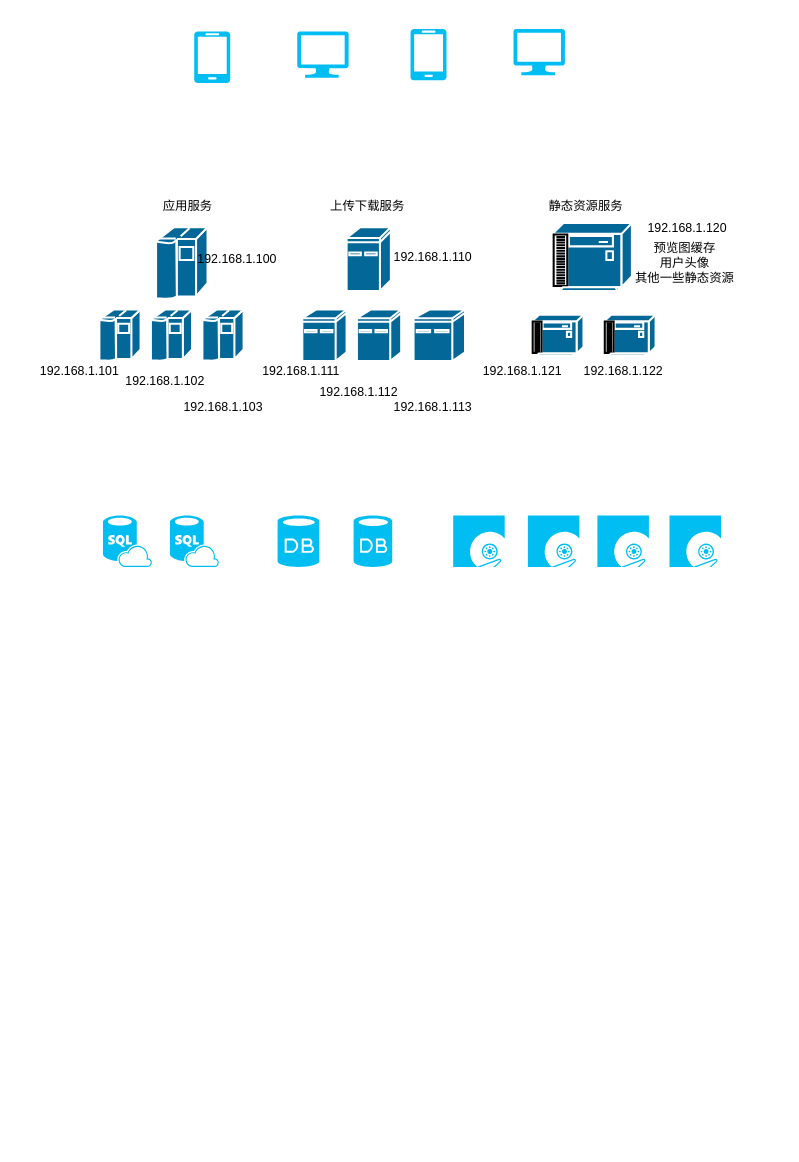
wydhit/book keeps this draw.io diagram as 未命名表单.drawio. Above is the earlier version. Source tidied: cells renumbered, new cells numbered last; positions are measured from the earlier drawing's top-left corner, leaving out a move shared by most shapes. Both pictures are drawn from the tidied source at 103%, with x=0, y=0 at pixel (47, 29).
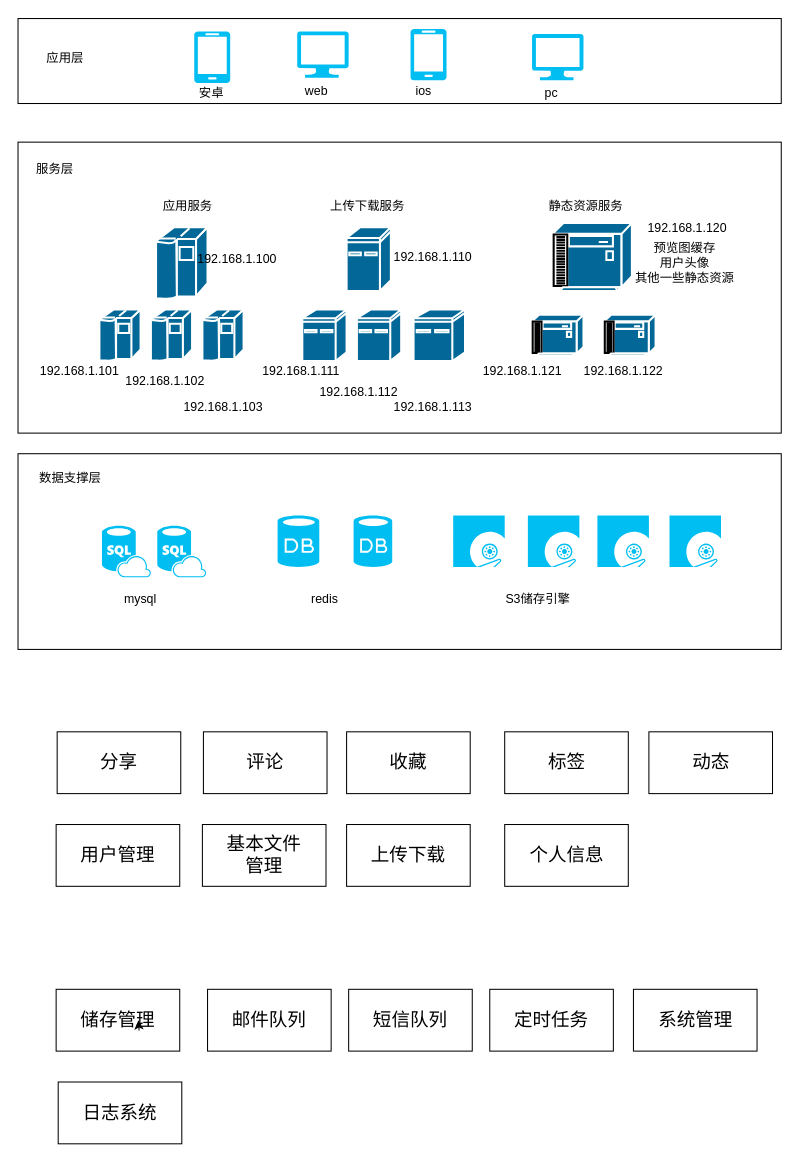
Above is the later version.

Commit message:
更新未命名表单.drawio

What changed in the source:
```diff
@@
+    <mxCell id="40" style="rounded=0;whiteSpace=wrap;html=1;" parent="1" vertex="1">
+      <mxGeometry x="-29" y="412" width="741" height="190" as="geometry" />
+    </mxCell>
+    <mxCell id="41" style="rounded=0;whiteSpace=wrap;html=1;" parent="1" vertex="1">
+      <mxGeometry x="-29" y="109.5" width="741" height="282.5" as="geometry" />
+    </mxCell>
+    <mxCell id="42" style="rounded=0;whiteSpace=wrap;html=1;" parent="1" vertex="1">
+      <mxGeometry x="-29" y="-10.5" width="741" height="82.5" as="geometry" />
+    </mxCell>
@@
     <mxCell id="5" style="verticalLabelPosition=bottom;html=1;verticalAlign=top;align=center;strokeColor=none;fillColor=#00BEF2;shape=mxgraph.azure.computer;" parent="1" vertex="1">
-      <mxGeometry x="452" y="-0.5" width="50" height="45" as="geometry" />
+      <mxGeometry x="470" y="4.5" width="50" height="45" as="geometry" />
     </mxCell>
@@
     <mxCell id="17" style="verticalLabelPosition=bottom;html=1;verticalAlign=top;align=center;strokeColor=none;fillColor=#00BEF2;shape=mxgraph.azure.sql_database_sql_azure;" parent="1" vertex="1">
-      <mxGeometry x="53.5" y="472" width="47.5" height="50" as="geometry" />
+      <mxGeometry x="52.5" y="482" width="47.5" height="50" as="geometry" />
     </mxCell>
@@
     <mxCell id="19" style="verticalLabelPosition=bottom;html=1;verticalAlign=top;align=center;strokeColor=none;fillColor=#00BEF2;shape=mxgraph.azure.sql_database_sql_azure;" parent="1" vertex="1">
-      <mxGeometry x="118.5" y="472" width="47.5" height="50" as="geometry" />
+      <mxGeometry x="106.2" y="482" width="47.5" height="50" as="geometry" />
     </mxCell>
@@
+    <mxCell id="43" value="应用层" style="text;html=1;strokeColor=none;fillColor=none;align=center;verticalAlign=middle;whiteSpace=wrap;rounded=0;" parent="1" vertex="1">
+      <mxGeometry x="-8" y="14.5" width="50" height="27.5" as="geometry" />
+    </mxCell>
+    <mxCell id="44" value="服务层" style="text;html=1;strokeColor=none;fillColor=none;align=center;verticalAlign=middle;whiteSpace=wrap;rounded=0;" parent="1" vertex="1">
+      <mxGeometry x="-18" y="122" width="50" height="27.5" as="geometry" />
+    </mxCell>
+    <mxCell id="45" value="数据支撑层" style="text;html=1;strokeColor=none;fillColor=none;align=center;verticalAlign=middle;whiteSpace=wrap;rounded=0;" parent="1" vertex="1">
+      <mxGeometry x="-18" y="422" width="80" height="27.5" as="geometry" />
+    </mxCell>
+    <mxCell id="46" value="mysql" style="text;html=1;strokeColor=none;fillColor=none;align=center;verticalAlign=middle;whiteSpace=wrap;rounded=0;" parent="1" vertex="1">
+      <mxGeometry x="50" y="539.5" width="80" height="27.5" as="geometry" />
+    </mxCell>
+    <mxCell id="47" value="redis" style="text;html=1;strokeColor=none;fillColor=none;align=center;verticalAlign=middle;whiteSpace=wrap;rounded=0;" parent="1" vertex="1">
+      <mxGeometry x="228.5" y="539.5" width="80" height="27.5" as="geometry" />
+    </mxCell>
+    <mxCell id="48" value="S3储存引擎" style="text;html=1;strokeColor=none;fillColor=none;align=center;verticalAlign=middle;whiteSpace=wrap;rounded=0;" parent="1" vertex="1">
+      <mxGeometry x="436" y="539.5" width="80" height="27.5" as="geometry" />
+    </mxCell>
+    <mxCell id="49" value="安卓" style="text;html=1;strokeColor=none;fillColor=none;align=center;verticalAlign=middle;whiteSpace=wrap;rounded=0;" parent="1" vertex="1">
+      <mxGeometry x="128" y="52" width="62" height="20" as="geometry" />
+    </mxCell>
+    <mxCell id="50" value="ios" style="text;html=1;strokeColor=none;fillColor=none;align=center;verticalAlign=middle;whiteSpace=wrap;rounded=0;" parent="1" vertex="1">
+      <mxGeometry x="334.2" y="49.5" width="62" height="20" as="geometry" />
+    </mxCell>
+    <mxCell id="51" value="web" style="text;html=1;strokeColor=none;fillColor=none;align=center;verticalAlign=middle;whiteSpace=wrap;rounded=0;" parent="1" vertex="1">
+      <mxGeometry x="230" y="49.5" width="62" height="20" as="geometry" />
+    </mxCell>
+    <mxCell id="52" value="pc" style="text;html=1;strokeColor=none;fillColor=none;align=center;verticalAlign=middle;whiteSpace=wrap;rounded=0;" parent="1" vertex="1">
+      <mxGeometry x="458" y="52" width="62" height="20" as="geometry" />
+    </mxCell>
+    <mxCell id="53" style="rounded=0;whiteSpace=wrap;html=1;" parent="1" vertex="1">
+      <mxGeometry x="8" y="772" width="120" height="60" as="geometry" />
+    </mxCell>
+    <mxCell id="54" value="&lt;font style=&quot;font-size: 18px&quot;&gt;用户管理&lt;/font&gt;" style="text;html=1;strokeColor=none;fillColor=none;align=center;verticalAlign=middle;whiteSpace=wrap;rounded=0;" parent="1" vertex="1">
+      <mxGeometry x="27" y="792" width="82" height="20" as="geometry" />
+    </mxCell>
+    <mxCell id="55" style="rounded=0;whiteSpace=wrap;html=1;" parent="1" vertex="1">
+      <mxGeometry x="568.5" y="932" width="120" height="60" as="geometry" />
+    </mxCell>
+    <mxCell id="56" value="&lt;font style=&quot;font-size: 18px&quot;&gt;系统管理&lt;/font&gt;" style="text;html=1;strokeColor=none;fillColor=none;align=center;verticalAlign=middle;whiteSpace=wrap;rounded=0;" parent="1" vertex="1">
+      <mxGeometry x="587.5" y="952" width="82" height="20" as="geometry" />
+    </mxCell>
+    <mxCell id="57" style="rounded=0;whiteSpace=wrap;html=1;" parent="1" vertex="1">
+      <mxGeometry x="8" y="932" width="120" height="60" as="geometry" />
+    </mxCell>
+    <mxCell id="58" value="&lt;font style=&quot;font-size: 18px&quot;&gt;储存管理&lt;/font&gt;" style="text;html=1;strokeColor=none;fillColor=none;align=center;verticalAlign=middle;whiteSpace=wrap;rounded=0;" parent="1" vertex="1">
+      <mxGeometry x="27" y="952" width="82" height="20" as="geometry" />
+    </mxCell>
+    <mxCell id="59" style="edgeStyle=orthogonalEdgeStyle;rounded=0;orthogonalLoop=1;jettySize=auto;html=1;exitX=0.75;exitY=1;exitDx=0;exitDy=0;entryX=0.743;entryY=0.497;entryDx=0;entryDy=0;entryPerimeter=0;" parent="1" edge="1" source="58" target="58">
+      <mxGeometry relative="1" as="geometry" />
+    </mxCell>
+    <mxCell id="60" style="rounded=0;whiteSpace=wrap;html=1;" parent="1" vertex="1">
+      <mxGeometry x="155" y="932" width="120" height="60" as="geometry" />
+    </mxCell>
+    <mxCell id="61" value="&lt;font style=&quot;font-size: 18px&quot;&gt;邮件队列&lt;/font&gt;" style="text;html=1;strokeColor=none;fillColor=none;align=center;verticalAlign=middle;whiteSpace=wrap;rounded=0;" parent="1" vertex="1">
+      <mxGeometry x="174" y="952" width="82" height="20" as="geometry" />
+    </mxCell>
+    <mxCell id="62" style="rounded=0;whiteSpace=wrap;html=1;" parent="1" vertex="1">
+      <mxGeometry x="292" y="932" width="120" height="60" as="geometry" />
+    </mxCell>
+    <mxCell id="63" value="&lt;span style=&quot;font-size: 18px&quot;&gt;短信队列&lt;/span&gt;" style="text;html=1;strokeColor=none;fillColor=none;align=center;verticalAlign=middle;whiteSpace=wrap;rounded=0;" parent="1" vertex="1">
+      <mxGeometry x="311" y="952" width="82" height="20" as="geometry" />
+    </mxCell>
+    <mxCell id="64" style="rounded=0;whiteSpace=wrap;html=1;" parent="1" vertex="1">
+      <mxGeometry x="429" y="932" width="120" height="60" as="geometry" />
+    </mxCell>
+    <mxCell id="65" value="&lt;span style=&quot;font-size: 18px&quot;&gt;定时任务&lt;/span&gt;" style="text;html=1;strokeColor=none;fillColor=none;align=center;verticalAlign=middle;whiteSpace=wrap;rounded=0;" parent="1" vertex="1">
+      <mxGeometry x="448" y="952" width="82" height="20" as="geometry" />
+    </mxCell>
+    <mxCell id="66" style="rounded=0;whiteSpace=wrap;html=1;" parent="1" vertex="1">
+      <mxGeometry x="150" y="772" width="120" height="60" as="geometry" />
+    </mxCell>
+    <mxCell id="67" value="&lt;font style=&quot;font-size: 18px&quot;&gt;基本文件管理&lt;/font&gt;" style="text;html=1;strokeColor=none;fillColor=none;align=center;verticalAlign=middle;whiteSpace=wrap;rounded=0;" parent="1" vertex="1">
+      <mxGeometry x="169" y="792" width="82" height="20" as="geometry" />
+    </mxCell>
+    <mxCell id="68" style="rounded=0;whiteSpace=wrap;html=1;" parent="1" vertex="1">
+      <mxGeometry x="290" y="772" width="120" height="60" as="geometry" />
+    </mxCell>
+    <mxCell id="69" value="&lt;font style=&quot;font-size: 18px&quot;&gt;上传下载&lt;/font&gt;" style="text;html=1;strokeColor=none;fillColor=none;align=center;verticalAlign=middle;whiteSpace=wrap;rounded=0;" parent="1" vertex="1">
+      <mxGeometry x="309" y="792" width="82" height="20" as="geometry" />
+    </mxCell>
+    <mxCell id="70" style="rounded=0;whiteSpace=wrap;html=1;" parent="1" vertex="1">
+      <mxGeometry x="9" y="682" width="120" height="60" as="geometry" />
+    </mxCell>
+    <mxCell id="71" value="&lt;font style=&quot;font-size: 18px&quot;&gt;分享&lt;/font&gt;" style="text;html=1;strokeColor=none;fillColor=none;align=center;verticalAlign=middle;whiteSpace=wrap;rounded=0;" parent="1" vertex="1">
+      <mxGeometry x="28" y="702" width="82" height="20" as="geometry" />
+    </mxCell>
+    <mxCell id="72" style="rounded=0;whiteSpace=wrap;html=1;" parent="1" vertex="1">
+      <mxGeometry x="443.5" y="772" width="120" height="60" as="geometry" />
+    </mxCell>
+    <mxCell id="73" value="&lt;font style=&quot;font-size: 18px&quot;&gt;个人信息&lt;/font&gt;" style="text;html=1;strokeColor=none;fillColor=none;align=center;verticalAlign=middle;whiteSpace=wrap;rounded=0;" parent="1" vertex="1">
+      <mxGeometry x="462.5" y="792" width="82" height="20" as="geometry" />
+    </mxCell>
+    <mxCell id="74" style="rounded=0;whiteSpace=wrap;html=1;" parent="1" vertex="1">
+      <mxGeometry x="151" y="682" width="120" height="60" as="geometry" />
+    </mxCell>
+    <mxCell id="75" value="&lt;font style=&quot;font-size: 18px&quot;&gt;评论&lt;/font&gt;" style="text;html=1;strokeColor=none;fillColor=none;align=center;verticalAlign=middle;whiteSpace=wrap;rounded=0;" parent="1" vertex="1">
+      <mxGeometry x="170" y="702" width="82" height="20" as="geometry" />
+    </mxCell>
+    <mxCell id="76" style="rounded=0;whiteSpace=wrap;html=1;" parent="1" vertex="1">
+      <mxGeometry x="290" y="682" width="120" height="60" as="geometry" />
+    </mxCell>
+    <mxCell id="77" value="&lt;font style=&quot;font-size: 18px&quot;&gt;收藏&lt;/font&gt;" style="text;html=1;strokeColor=none;fillColor=none;align=center;verticalAlign=middle;whiteSpace=wrap;rounded=0;" parent="1" vertex="1">
+      <mxGeometry x="309" y="702" width="82" height="20" as="geometry" />
+    </mxCell>
+    <mxCell id="78" style="rounded=0;whiteSpace=wrap;html=1;" parent="1" vertex="1">
+      <mxGeometry x="443.5" y="682" width="120" height="60" as="geometry" />
+    </mxCell>
+    <mxCell id="79" value="&lt;font style=&quot;font-size: 18px&quot;&gt;标签&lt;/font&gt;" style="text;html=1;strokeColor=none;fillColor=none;align=center;verticalAlign=middle;whiteSpace=wrap;rounded=0;" parent="1" vertex="1">
+      <mxGeometry x="462.5" y="702" width="82" height="20" as="geometry" />
+    </mxCell>
+    <mxCell id="80" style="rounded=0;whiteSpace=wrap;html=1;" parent="1" vertex="1">
+      <mxGeometry x="583.5" y="682" width="120" height="60" as="geometry" />
+    </mxCell>
+    <mxCell id="81" value="&lt;font style=&quot;font-size: 18px&quot;&gt;动态&lt;/font&gt;" style="text;html=1;strokeColor=none;fillColor=none;align=center;verticalAlign=middle;whiteSpace=wrap;rounded=0;" parent="1" vertex="1">
+      <mxGeometry x="602.5" y="702" width="82" height="20" as="geometry" />
+    </mxCell>
+    <mxCell id="82" style="rounded=0;whiteSpace=wrap;html=1;" parent="1" vertex="1">
+      <mxGeometry x="10" y="1022" width="120" height="60" as="geometry" />
+    </mxCell>
+    <mxCell id="83" value="&lt;font style=&quot;font-size: 18px&quot;&gt;日志系统&lt;/font&gt;" style="text;html=1;strokeColor=none;fillColor=none;align=center;verticalAlign=middle;whiteSpace=wrap;rounded=0;" parent="1" vertex="1">
+      <mxGeometry x="29" y="1042" width="82" height="20" as="geometry" />
+    </mxCell>
```
